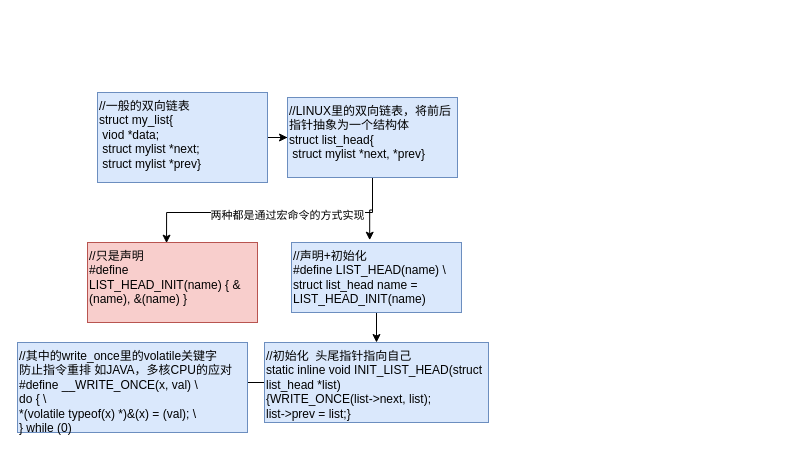
Before: picture/Linux.drawio in cruecrue/javastudy, a draw.io diagram. Source tidied: cells renumbered, new cells numbered last; positions are measured from the earlier drawing's top-left corner, leaving out a move shared by most shapes. Both pictures are drawn from the tidied source at 100%, with x=0, y=0 at pixel (17, 92).
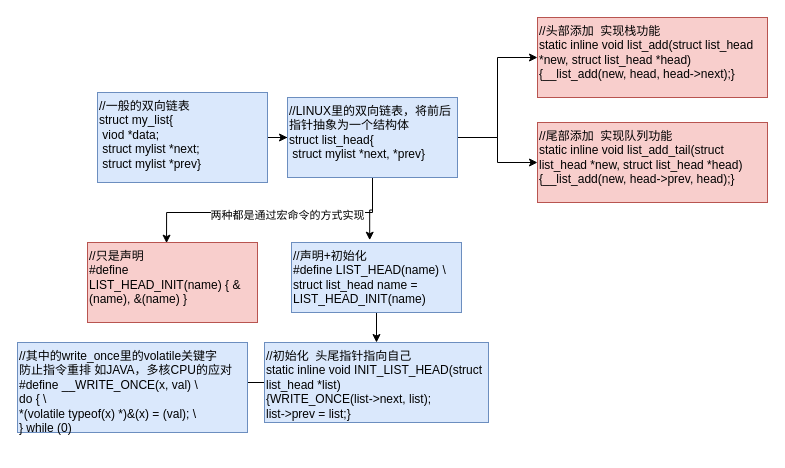
After the change.

What changed in the source:
```diff
@@
 <mxGraphModel>
   <root>
     <mxCell id="0" />
     <mxCell id="1" parent="0" />
     <mxCell id="2" style="edgeStyle=orthogonalEdgeStyle;rounded=0;jettySize=auto;html=1;entryX=0;entryY=0.5;entryDx=0;entryDy=0;" parent="1" edge="1" source="3" target="7">
       <mxGeometry relative="1" as="geometry" />
     </mxCell>
     <mxCell id="3" value="//一般的双向链表&lt;br&gt;struct my_list{&lt;br&gt;&lt;span style=&quot;white-space: pre&quot;&gt; &lt;/span&gt;viod *data;&lt;br&gt;&lt;span style=&quot;white-space: pre&quot;&gt; &lt;/span&gt;struct mylist *next;&lt;br&gt;&lt;span style=&quot;white-space: pre&quot;&gt; &lt;/span&gt;struct mylist *prev}" style="rounded=0;whiteSpace=wrap;html=1;align=left;verticalAlign=top;fillColor=#dae8fc;strokeColor=#6c8ebf;" parent="1" vertex="1">
       <mxGeometry x="80" width="170" height="90" as="geometry" />
     </mxCell>
     <mxCell id="4" style="edgeStyle=orthogonalEdgeStyle;rounded=0;jettySize=auto;html=1;entryX=0.465;entryY=0.008;entryDx=0;entryDy=0;entryPerimeter=0;" parent="1" edge="1" source="7" target="8">
       <mxGeometry relative="1" as="geometry">
         <Array as="points">
           <mxPoint x="355" y="120" />
           <mxPoint x="149" y="120" />
         </Array>
       </mxGeometry>
     </mxCell>
     <mxCell id="5" value="两种都是通过宏命令的方式实现" style="edgeLabel;html=1;align=center;verticalAlign=middle;" parent="4" vertex="1">
       <mxGeometry x="-0.11" y="2" relative="1" as="geometry" />
     </mxCell>
     <mxCell id="6" style="edgeStyle=orthogonalEdgeStyle;rounded=0;jettySize=auto;html=1;entryX=0.46;entryY=-0.033;entryDx=0;entryDy=0;entryPerimeter=0;" parent="1" edge="1" source="7" target="10">
       <mxGeometry relative="1" as="geometry" />
     </mxCell>
+    <mxCell id="14" style="edgeStyle=orthogonalEdgeStyle;rounded=0;jettySize=auto;html=1;entryX=0;entryY=0.5;entryDx=0;entryDy=0;" parent="1" edge="1" source="7" target="17">
+      <mxGeometry relative="1" as="geometry" />
+    </mxCell>
+    <mxCell id="15" style="edgeStyle=orthogonalEdgeStyle;rounded=0;jettySize=auto;html=1;entryX=0;entryY=0.5;entryDx=0;entryDy=0;" parent="1" edge="1" source="7" target="16">
+      <mxGeometry relative="1" as="geometry" />
+    </mxCell>
     <mxCell id="7" value="//LINUX里的双向链表，将前后 指针抽象为一个结构体&lt;br&gt;struct list_head{&lt;br&gt;&lt;span style=&quot;white-space: pre&quot;&gt; &lt;/span&gt;struct mylist *next,&amp;nbsp;*prev}" style="rounded=0;whiteSpace=wrap;html=1;align=left;verticalAlign=top;fillColor=#dae8fc;strokeColor=#6c8ebf;" parent="1" vertex="1">
       <mxGeometry x="270" y="5" width="170" height="80" as="geometry" />
     </mxCell>
     <mxCell id="8" value="//只是声明&lt;br&gt;#define LIST_HEAD_INIT(name) { &amp;amp;(name), &amp;amp;(name) }" style="rounded=0;whiteSpace=wrap;html=1;align=left;verticalAlign=top;fillColor=#f8cecc;strokeColor=#b85450;" parent="1" vertex="1">
       <mxGeometry x="70" y="150" width="170" height="80" as="geometry" />
     </mxCell>
     <mxCell id="9" style="edgeStyle=orthogonalEdgeStyle;rounded=0;jettySize=auto;html=1;entryX=0.5;entryY=0;entryDx=0;entryDy=0;" parent="1" edge="1" source="10" target="12">
       <mxGeometry relative="1" as="geometry" />
     </mxCell>
     <mxCell id="10" value="//声明+初始化&lt;br&gt;&lt;div&gt;#define LIST_HEAD(name) \&lt;/div&gt;&lt;div&gt;&lt;span&gt; &lt;/span&gt;struct list_head name = LIST_HEAD_INIT(name)&lt;/div&gt;" style="rounded=0;whiteSpace=wrap;html=1;align=left;verticalAlign=top;fillColor=#dae8fc;strokeColor=#6c8ebf;" parent="1" vertex="1">
       <mxGeometry x="274" y="150" width="170" height="70" as="geometry" />
     </mxCell>
     <mxCell id="11" style="edgeStyle=orthogonalEdgeStyle;rounded=0;jettySize=auto;html=1;entryX=1;entryY=0.5;entryDx=0;entryDy=0;" parent="1" edge="1" source="12" target="13">
       <mxGeometry relative="1" as="geometry" />
     </mxCell>
     <mxCell id="12" value="&lt;div&gt;//初始化&amp;nbsp; 头尾指针指向自己&lt;/div&gt;&lt;div&gt;static inline void INIT_LIST_HEAD(struct list_head *list)&lt;/div&gt;&lt;div&gt;{&lt;span&gt;WRITE_ONCE(list-&amp;gt;next, list);&lt;/span&gt;&lt;/div&gt;&lt;div&gt;&lt;span&gt; &lt;/span&gt;list-&amp;gt;prev = list;&lt;span&gt;}&lt;/span&gt;&lt;/div&gt;" style="rounded=0;whiteSpace=wrap;html=1;align=left;verticalAlign=top;fillColor=#dae8fc;strokeColor=#6c8ebf;" parent="1" vertex="1">
       <mxGeometry x="247" y="250" width="224" height="80" as="geometry" />
     </mxCell>
     <mxCell id="13" value="&lt;div&gt;//其中的write_once里的volatile关键字&lt;/div&gt;&lt;div&gt;防止指令重排 如JAVA，多核CPU的应对&lt;/div&gt;&lt;div&gt;#define __WRITE_ONCE(x, val)&lt;span&gt;      &lt;/span&gt;\&lt;/div&gt;&lt;div&gt;do {&lt;span&gt;         &lt;/span&gt;\&lt;/div&gt;&lt;div&gt;&lt;span&gt; &lt;/span&gt;*(volatile typeof(x) *)&amp;amp;(x) = (val);&lt;span&gt;    &lt;/span&gt;\&lt;/div&gt;&lt;div&gt;} while (0)&lt;/div&gt;&lt;div&gt;&lt;br&gt;&lt;/div&gt;" style="rounded=0;whiteSpace=wrap;html=1;align=left;verticalAlign=top;fillColor=#dae8fc;strokeColor=#6c8ebf;" parent="1" vertex="1">
       <mxGeometry y="250" width="230" height="90" as="geometry" />
     </mxCell>
+    <mxCell id="16" value="&lt;div&gt;//头部添加&amp;nbsp; 实现栈功能&lt;/div&gt;&lt;div&gt;static inline void list_add(struct list_head *new, struct list_head *head)&lt;/div&gt;&lt;div&gt;{&lt;span&gt;__list_add(new, head, head-&amp;gt;next);&lt;/span&gt;&lt;span&gt;}&lt;/span&gt;&lt;/div&gt;" style="rounded=0;whiteSpace=wrap;html=1;align=left;verticalAlign=top;fillColor=#f8cecc;strokeColor=#b85450;" parent="1" vertex="1">
+      <mxGeometry x="520" y="-75" width="230" height="80" as="geometry" />
+    </mxCell>
+    <mxCell id="17" value="&lt;div&gt;//尾部添加&amp;nbsp; 实现队列功能&lt;/div&gt;&lt;div&gt;&lt;div&gt;static inline void list_add_tail(struct list_head *new, struct list_head *head)&lt;/div&gt;&lt;div&gt;{&lt;span&gt;__list_add(new, head-&amp;gt;prev, head);&lt;/span&gt;&lt;span&gt;}&lt;/span&gt;&lt;/div&gt;&lt;/div&gt;" style="rounded=0;whiteSpace=wrap;html=1;align=left;verticalAlign=top;fillColor=#f8cecc;strokeColor=#b85450;" parent="1" vertex="1">
+      <mxGeometry x="520" y="30" width="230" height="80" as="geometry" />
+    </mxCell>
   </root>
 </mxGraphModel>
```
